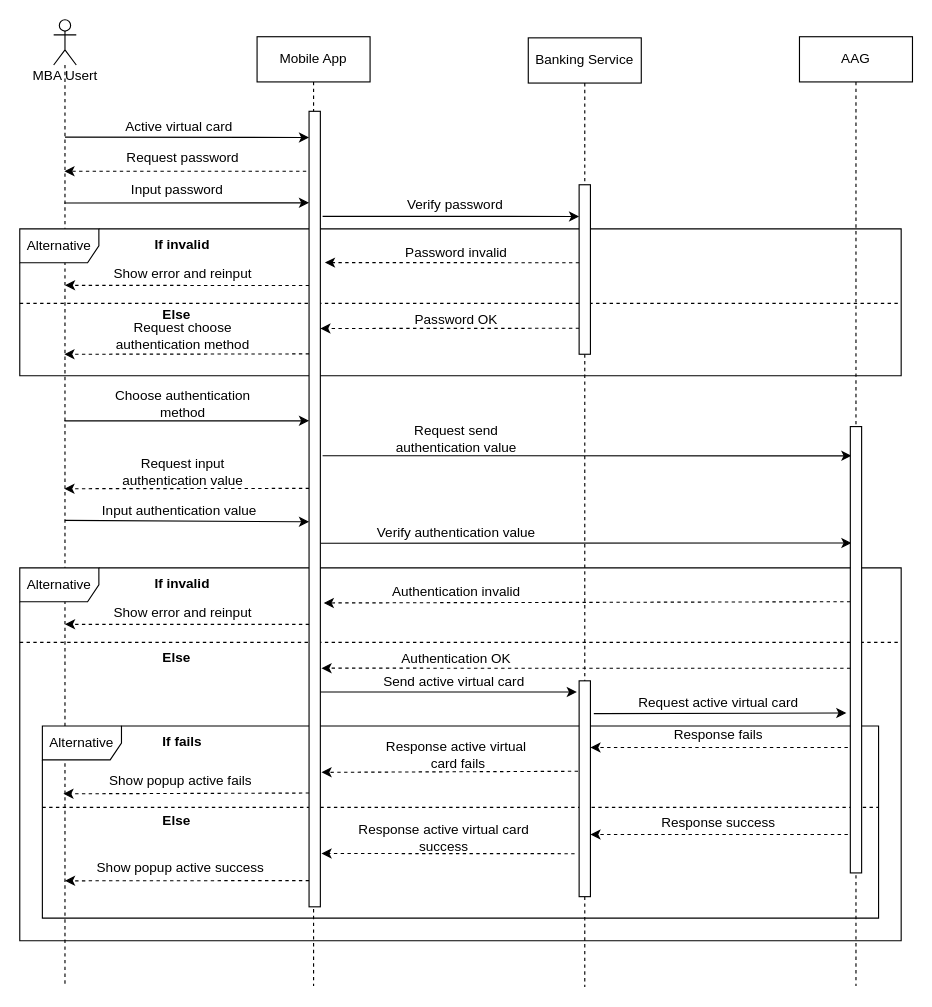
The draw.io diagram page "Active-virtual-card" (5 of 14) of Sequence Diagram.drawio in lyminh1994/diagram, before the edit. Source tidied: cells renumbered, new cells numbered last; positions are measured from the earlier drawing's top-left corner, leaving out a move shared by most shapes. Both pictures are drawn from the tidied source at 113%, with x=0, y=0 at pixel (19, 19).
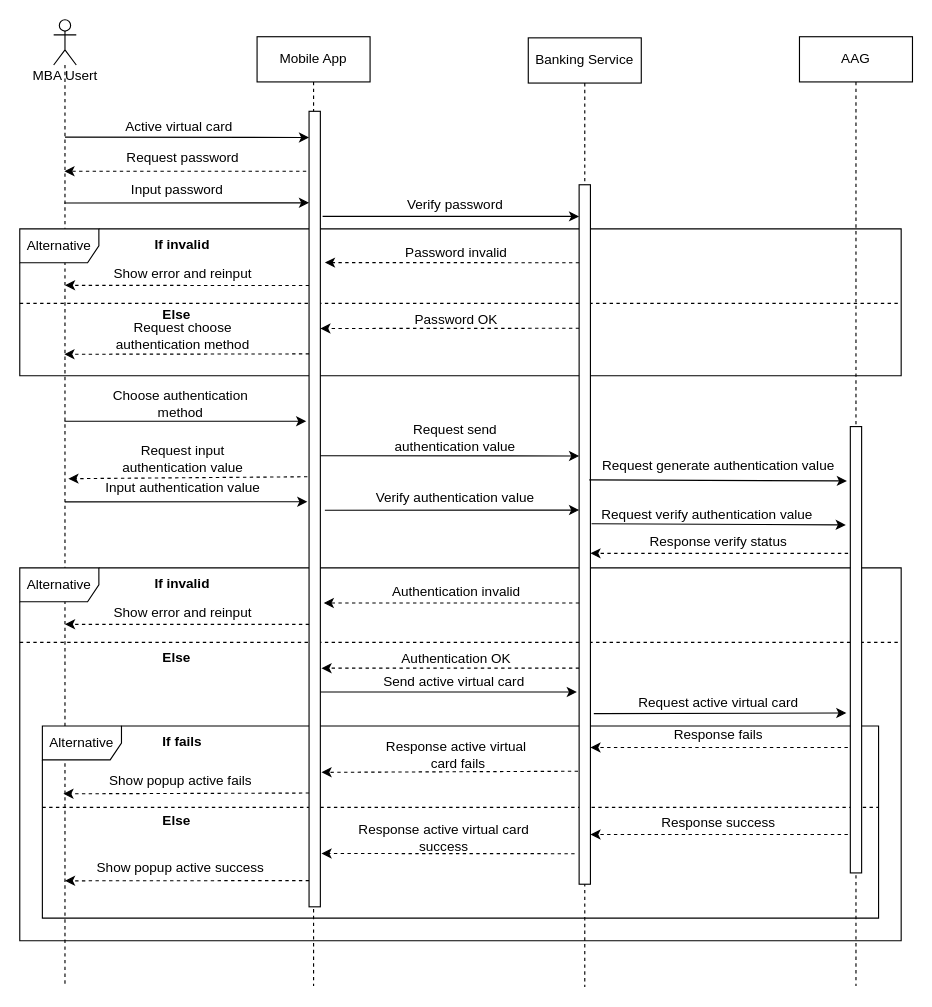
The same diagram, later.

The change refers to these unchanged cells:
```xml
<mxCell id="3" value="MBA Usert" style="shape=umlLifeline;participant=umlActor;perimeter=lifelinePerimeter;html=1;verticalAlign=top;spacingTop=36;outlineConnect=0;strokeColor=#000000;strokeWidth=1;fillColor=none;size=40;" parent="1" vertex="1">
  <mxGeometry x="30" width="20" height="855" as="geometry" />
</mxCell>
<mxCell id="69" style="html=1;points=[];perimeter=orthogonalPerimeter;" parent="1" vertex="1">
  <mxGeometry x="256" y="81" width="10" height="704" as="geometry" />
</mxCell>
```

Diff of the diagram source:
```diff
@@
-    <mxCell id="2" style="edgeStyle=none;rounded=0;orthogonalLoop=1;jettySize=auto;html=1;entryX=0;entryY=0.389;entryDx=0;entryDy=0;entryPerimeter=0;" parent="1" edge="1">
-      <mxGeometry relative="1" as="geometry">
-        <mxPoint x="39.5" y="354.9" as="sourcePoint" />
-        <mxPoint x="256" y="354.9" as="targetPoint" />
-      </mxGeometry>
-    </mxCell>
@@
-    <mxCell id="7" value="Choose authentication &lt;br&gt;method" style="text;html=1;align=center;verticalAlign=middle;strokeColor=none;fontSize=12;" parent="1" vertex="1">
-      <mxGeometry x="79" y="325" width="130" height="30" as="geometry" />
-    </mxCell>
-    <mxCell id="8" style="edgeStyle=none;rounded=0;orthogonalLoop=1;jettySize=auto;html=1;entryX=0.1;entryY=0.638;entryDx=0;entryDy=0;entryPerimeter=0;exitX=1.2;exitY=0.433;exitDx=0;exitDy=0;exitPerimeter=0;" parent="1" edge="1">
-      <mxGeometry relative="1" as="geometry">
-        <mxPoint x="268" y="385.8" as="sourcePoint" />
-        <mxPoint x="736" y="385.9" as="targetPoint" />
-      </mxGeometry>
-    </mxCell>
-    <mxCell id="9" style="edgeStyle=none;rounded=0;orthogonalLoop=1;jettySize=auto;html=1;dashed=1;exitX=0;exitY=0.474;exitDx=0;exitDy=0;exitPerimeter=0;" parent="1" edge="1">
-      <mxGeometry relative="1" as="geometry">
-        <mxPoint x="256" y="414.7" as="sourcePoint" />
-        <mxPoint x="39.5" y="415" as="targetPoint" />
-      </mxGeometry>
-    </mxCell>
-    <mxCell id="10" style="edgeStyle=none;rounded=0;orthogonalLoop=1;jettySize=auto;html=1;entryX=0.1;entryY=0.769;entryDx=0;entryDy=0;entryPerimeter=0;exitX=1;exitY=0.543;exitDx=0;exitDy=0;exitPerimeter=0;" parent="1" edge="1">
-      <mxGeometry relative="1" as="geometry">
-        <mxPoint x="266" y="463.3" as="sourcePoint" />
-        <mxPoint x="736" y="463" as="targetPoint" />
-      </mxGeometry>
-    </mxCell>
-    <mxCell id="11" value="Request send &lt;br&gt;authentication value" style="text;html=1;align=center;verticalAlign=middle;strokeColor=none;fontSize=12;" parent="1" vertex="1">
-      <mxGeometry x="326" y="356" width="120" height="30" as="geometry" />
-    </mxCell>
-    <mxCell id="12" value="Request input&lt;br&gt;authentication value" style="text;html=1;align=center;verticalAlign=middle;strokeColor=none;fontSize=12;" parent="1" vertex="1">
-      <mxGeometry x="84" y="385" width="120" height="30" as="geometry" />
-    </mxCell>
-    <mxCell id="13" value="Verify authentication value" style="text;html=1;align=center;verticalAlign=middle;strokeColor=none;fontSize=12;" parent="1" vertex="1">
-      <mxGeometry x="306" y="444" width="160" height="20" as="geometry" />
-    </mxCell>
@@
-    <mxCell id="19" style="edgeStyle=none;rounded=0;orthogonalLoop=1;jettySize=auto;html=1;entryX=1.3;entryY=0.618;entryDx=0;entryDy=0;entryPerimeter=0;fontSize=12;dashed=1;exitX=0;exitY=0.352;exitDx=0;exitDy=0;exitPerimeter=0;" parent="1" edge="1">
+    <mxCell id="19" style="edgeStyle=none;rounded=0;jettySize=auto;html=1;entryX=1.3;entryY=0.618;entryDx=0;entryDy=0;entryPerimeter=0;fontSize=12;dashed=1;exitX=0;exitY=0.598;exitDx=0;exitDy=0;exitPerimeter=0;" parent="1" edge="1" source="70">
       <mxGeometry relative="1" as="geometry">
-        <mxPoint x="735" y="515" as="sourcePoint" />
         <mxPoint x="269" y="516.1" as="targetPoint" />
       </mxGeometry>
     </mxCell>
-    <mxCell id="20" style="edgeStyle=none;rounded=0;orthogonalLoop=1;jettySize=auto;html=1;entryX=1.1;entryY=0.7;entryDx=0;entryDy=0;entryPerimeter=0;dashed=1;fontSize=12;exitX=0;exitY=0.518;exitDx=0;exitDy=0;exitPerimeter=0;" parent="1" edge="1">
+    <mxCell id="20" style="edgeStyle=none;rounded=0;jettySize=auto;html=1;entryX=1.1;entryY=0.7;entryDx=0;entryDy=0;entryPerimeter=0;dashed=1;fontSize=12;exitX=0;exitY=0.691;exitDx=0;exitDy=0;exitPerimeter=0;" parent="1" edge="1" source="70">
       <mxGeometry relative="1" as="geometry">
-        <mxPoint x="735" y="573.9" as="sourcePoint" />
         <mxPoint x="267" y="573.8" as="targetPoint" />
       </mxGeometry>
     </mxCell>
@@
-    <mxCell id="30" style="edgeStyle=none;rounded=0;jettySize=auto;html=1;entryX=1;entryY=0.309;entryDx=0;entryDy=0;entryPerimeter=0;fontSize=12;dashed=1;" parent="1" edge="1" target="44">
+    <mxCell id="30" style="edgeStyle=none;rounded=0;orthogonalLoop=1;jettySize=auto;html=1;entryX=1;entryY=0.309;entryDx=0;entryDy=0;entryPerimeter=0;fontSize=12;dashed=1;" parent="1" edge="1">
       <mxGeometry relative="1" as="geometry">
         <mxPoint x="732.8" y="644" as="sourcePoint" />
+        <mxPoint x="505" y="644" as="targetPoint" />
       </mxGeometry>
     </mxCell>
-    <mxCell id="31" style="edgeStyle=none;rounded=0;jettySize=auto;html=1;entryX=1.1;entryY=0.831;entryDx=0;entryDy=0;entryPerimeter=0;fontSize=12;dashed=1;exitX=-0.1;exitY=0.419;exitDx=0;exitDy=0;exitPerimeter=0;" parent="1" edge="1" source="44">
+    <mxCell id="31" style="edgeStyle=none;rounded=0;orthogonalLoop=1;jettySize=auto;html=1;entryX=1.1;entryY=0.831;entryDx=0;entryDy=0;entryPerimeter=0;fontSize=12;dashed=1;exitX=-0.1;exitY=0.419;exitDx=0;exitDy=0;exitPerimeter=0;" parent="1" edge="1">
       <mxGeometry relative="1" as="geometry">
+        <mxPoint x="494" y="665" as="sourcePoint" />
         <mxPoint x="267" y="666" as="targetPoint" />
       </mxGeometry>
     </mxCell>
-    <mxCell id="32" style="edgeStyle=none;rounded=0;jettySize=auto;html=1;entryX=-0.125;entryY=0.243;entryDx=0;entryDy=0;entryPerimeter=0;fontSize=12;exitX=1.3;exitY=0.152;exitDx=0;exitDy=0;exitPerimeter=0;" parent="1" edge="1" source="44">
+    <mxCell id="32" style="edgeStyle=none;rounded=0;orthogonalLoop=1;jettySize=auto;html=1;entryX=-0.125;entryY=0.243;entryDx=0;entryDy=0;entryPerimeter=0;fontSize=12;exitX=1.3;exitY=0.152;exitDx=0;exitDy=0;exitPerimeter=0;" parent="1" edge="1">
       <mxGeometry relative="1" as="geometry">
+        <mxPoint x="508" y="614" as="sourcePoint" />
         <mxPoint x="731.5" y="613.5" as="targetPoint" />
       </mxGeometry>
     </mxCell>
-    <mxCell id="33" style="edgeStyle=none;rounded=0;jettySize=auto;html=1;entryX=-0.2;entryY=0.052;entryDx=0;entryDy=0;entryPerimeter=0;fontSize=12;exitX=0.9;exitY=0.73;exitDx=0;exitDy=0;exitPerimeter=0;" parent="1" edge="1" target="44">
+    <mxCell id="33" style="edgeStyle=none;rounded=0;orthogonalLoop=1;jettySize=auto;html=1;entryX=-0.2;entryY=0.052;entryDx=0;entryDy=0;entryPerimeter=0;fontSize=12;exitX=0.9;exitY=0.73;exitDx=0;exitDy=0;exitPerimeter=0;" parent="1" edge="1">
       <mxGeometry relative="1" as="geometry">
         <mxPoint x="265" y="594.9" as="sourcePoint" />
+        <mxPoint x="493" y="594.9" as="targetPoint" />
       </mxGeometry>
     </mxCell>
@@
-    <mxCell id="39" style="edgeStyle=none;rounded=0;jettySize=auto;html=1;entryX=1;entryY=0.712;entryDx=0;entryDy=0;entryPerimeter=0;fontSize=12;dashed=1;" parent="1" edge="1" target="44">
+    <mxCell id="39" style="edgeStyle=none;rounded=0;orthogonalLoop=1;jettySize=auto;html=1;entryX=1;entryY=0.712;entryDx=0;entryDy=0;entryPerimeter=0;fontSize=12;dashed=1;" parent="1" edge="1">
       <mxGeometry relative="1" as="geometry">
         <mxPoint x="732.8" y="721" as="sourcePoint" />
+        <mxPoint x="505" y="721" as="targetPoint" />
       </mxGeometry>
     </mxCell>
-    <mxCell id="40" style="edgeStyle=none;rounded=0;jettySize=auto;html=1;entryX=1.1;entryY=0.933;entryDx=0;entryDy=0;entryPerimeter=0;fontSize=12;dashed=1;exitX=-0.4;exitY=0.801;exitDx=0;exitDy=0;exitPerimeter=0;" parent="1" edge="1" source="44">
+    <mxCell id="40" style="edgeStyle=none;rounded=0;orthogonalLoop=1;jettySize=auto;html=1;entryX=1.1;entryY=0.933;entryDx=0;entryDy=0;entryPerimeter=0;fontSize=12;dashed=1;exitX=-0.4;exitY=0.801;exitDx=0;exitDy=0;exitPerimeter=0;" parent="1" edge="1">
       <mxGeometry relative="1" as="geometry">
+        <mxPoint x="491" y="738" as="sourcePoint" />
         <mxPoint x="267" y="737.8" as="targetPoint" />
       </mxGeometry>
     </mxCell>
@@
-    <mxCell id="44" style="html=1;points=[];perimeter=orthogonalPerimeter;" parent="1" vertex="1">
-      <mxGeometry x="495" y="585" width="10" height="191" as="geometry" />
-    </mxCell>
@@
-    <mxCell id="46" value="Input authentication value" style="text;html=1;align=center;verticalAlign=middle;strokeColor=none;fontSize=12;" parent="1" vertex="1">
-      <mxGeometry x="66" y="425" width="150" height="20" as="geometry" />
-    </mxCell>
-    <mxCell id="47" style="edgeStyle=none;rounded=0;orthogonalLoop=1;jettySize=auto;html=1;entryX=0;entryY=0.516;entryDx=0;entryDy=0;entryPerimeter=0;" parent="1" edge="1">
-      <mxGeometry relative="1" as="geometry">
-        <mxPoint x="39.8" y="443" as="sourcePoint" />
-        <mxPoint x="256" y="444.3" as="targetPoint" />
-      </mxGeometry>
-    </mxCell>
@@
-    <mxCell id="60" style="edgeStyle=none;rounded=0;jettySize=auto;html=1;entryX=1.2;entryY=0.385;entryDx=0;entryDy=0;entryPerimeter=0;fontSize=12;dashed=1;exitX=0;exitY=0.46;exitDx=0;exitDy=0;exitPerimeter=0;" parent="1" edge="1" source="67">
+    <mxCell id="60" style="edgeStyle=none;rounded=0;orthogonalLoop=1;jettySize=auto;html=1;entryX=1.2;entryY=0.385;entryDx=0;entryDy=0;entryPerimeter=0;fontSize=12;dashed=1;exitX=0;exitY=0.46;exitDx=0;exitDy=0;exitPerimeter=0;" parent="1" edge="1">
       <mxGeometry relative="1" as="geometry">
+        <mxPoint x="495" y="215" as="sourcePoint" />
         <mxPoint x="270" y="214.9" as="targetPoint" />
       </mxGeometry>
     </mxCell>
@@
-    <mxCell id="65" style="edgeStyle=none;rounded=0;jettySize=auto;html=1;entryX=0;entryY=0.187;entryDx=0;entryDy=0;entryPerimeter=0;fontSize=12;" parent="1" edge="1" target="67">
+    <mxCell id="65" style="edgeStyle=none;rounded=0;orthogonalLoop=1;jettySize=auto;html=1;entryX=0;entryY=0.187;entryDx=0;entryDy=0;entryPerimeter=0;fontSize=12;" parent="1" edge="1">
       <mxGeometry relative="1" as="geometry">
         <mxPoint x="268" y="174" as="sourcePoint" />
+        <mxPoint x="495" y="174" as="targetPoint" />
       </mxGeometry>
     </mxCell>
@@
-    <mxCell id="67" style="html=1;points=[];perimeter=orthogonalPerimeter;fontSize=12;verticalAlign=middle;" parent="1" vertex="1">
-      <mxGeometry x="495" y="146" width="10" height="150" as="geometry" />
-    </mxCell>
@@
+    <mxCell id="70" style="html=1;points=[];perimeter=orthogonalPerimeter;fontSize=12;verticalAlign=middle;" parent="1" vertex="1">
+      <mxGeometry x="495" y="146" width="10" height="619" as="geometry" />
+    </mxCell>
+    <mxCell id="71" style="edgeStyle=none;rounded=0;jettySize=auto;html=1;entryX=-0.1;entryY=0.344;entryDx=0;entryDy=0;entryPerimeter=0;" parent="1" edge="1" source="3">
+      <mxGeometry relative="1" as="geometry">
+        <mxPoint x="253.5" y="355.3" as="targetPoint" />
+      </mxGeometry>
+    </mxCell>
+    <mxCell id="7" value="Choose authentication &lt;br&gt;method" style="text;html=1;align=center;verticalAlign=middle;strokeColor=none;fontSize=12;" parent="1" vertex="1">
+      <mxGeometry x="76.8" y="325" width="130" height="30" as="geometry" />
+    </mxCell>
+    <mxCell id="72" style="edgeStyle=none;rounded=0;jettySize=auto;html=1;entryX=0;entryY=0.79;entryDx=0;entryDy=0;entryPerimeter=0;exitX=1;exitY=0.433;exitDx=0;exitDy=0;exitPerimeter=0;" parent="1" edge="1" source="69">
+      <mxGeometry relative="1" as="geometry">
+        <mxPoint x="495" y="386" as="targetPoint" />
+      </mxGeometry>
+    </mxCell>
+    <mxCell id="73" style="edgeStyle=none;rounded=0;jettySize=auto;html=1;dashed=1;entryX=0.65;entryY=0.475;entryDx=0;entryDy=0;entryPerimeter=0;" parent="1" edge="1" target="3">
+      <mxGeometry relative="1" as="geometry">
+        <mxPoint x="254.5" y="404.4" as="sourcePoint" />
+      </mxGeometry>
+    </mxCell>
+    <mxCell id="74" style="edgeStyle=none;rounded=0;orthogonalLoop=1;jettySize=auto;html=1;entryX=0;entryY=0.721;entryDx=0;entryDy=0;entryPerimeter=0;" parent="1" edge="1">
+      <mxGeometry relative="1" as="geometry">
+        <mxPoint x="270" y="434" as="sourcePoint" />
+        <mxPoint x="495" y="433.9" as="targetPoint" />
+      </mxGeometry>
+    </mxCell>
+    <mxCell id="11" value="Request send &lt;br&gt;authentication value" style="text;html=1;align=center;verticalAlign=middle;strokeColor=none;fontSize=12;" parent="1" vertex="1">
+      <mxGeometry x="325" y="355" width="120" height="30" as="geometry" />
+    </mxCell>
+    <mxCell id="12" value="Request input&lt;br&gt;authentication value" style="text;html=1;align=center;verticalAlign=middle;strokeColor=none;fontSize=12;" parent="1" vertex="1">
+      <mxGeometry x="84" y="374.4" width="120" height="30" as="geometry" />
+    </mxCell>
+    <mxCell id="13" value="Verify authentication value" style="text;html=1;align=center;verticalAlign=middle;strokeColor=none;fontSize=12;" parent="1" vertex="1">
+      <mxGeometry x="305" y="413" width="160" height="20" as="geometry" />
+    </mxCell>
+    <mxCell id="75" style="edgeStyle=none;rounded=0;jettySize=auto;html=1;dashed=1;" parent="1" edge="1" target="70">
+      <mxGeometry relative="1" as="geometry">
+        <mxPoint x="733" y="472.2" as="sourcePoint" />
+      </mxGeometry>
+    </mxCell>
+    <mxCell id="76" style="edgeStyle=none;rounded=0;jettySize=auto;html=1;entryX=-0.2;entryY=0.209;entryDx=0;entryDy=0;entryPerimeter=0;fontSize=12;exitX=0.5;exitY=0.499;exitDx=0;exitDy=0;exitPerimeter=0;" parent="1" edge="1" source="3">
+      <mxGeometry relative="1" as="geometry">
+        <mxPoint x="254.5" y="426.5" as="targetPoint" />
+      </mxGeometry>
+    </mxCell>
+    <mxCell id="46" value="Input authentication value" style="text;html=1;align=center;verticalAlign=middle;strokeColor=none;fontSize=12;" parent="1" vertex="1">
+      <mxGeometry x="69" y="404.4" width="150" height="20" as="geometry" />
+    </mxCell>
+    <mxCell id="77" style="rounded=0;jettySize=auto;html=1;entryX=-0.1;entryY=0.021;entryDx=0;entryDy=0;entryPerimeter=0;exitX=0.9;exitY=0.422;exitDx=0;exitDy=0;exitPerimeter=0;" parent="1" edge="1" source="70">
+      <mxGeometry relative="1" as="geometry">
+        <mxPoint x="732" y="408.1" as="targetPoint" />
+      </mxGeometry>
+    </mxCell>
+    <mxCell id="78" style="edgeStyle=none;rounded=0;jettySize=auto;html=1;entryX=-0.2;entryY=0.252;entryDx=0;entryDy=0;entryPerimeter=0;exitX=-0.009;exitY=0.925;exitDx=0;exitDy=0;exitPerimeter=0;" parent="1" edge="1" source="80">
+      <mxGeometry relative="1" as="geometry">
+        <mxPoint x="731" y="447" as="targetPoint" />
+      </mxGeometry>
+    </mxCell>
+    <mxCell id="79" value="Request generate authentication value" style="text;html=1;align=center;verticalAlign=middle;strokeColor=none;fontSize=12;" parent="1" vertex="1">
+      <mxGeometry x="507.8" y="385" width="220" height="20" as="geometry" />
+    </mxCell>
+    <mxCell id="80" value="Request verify authentication value" style="text;html=1;align=center;verticalAlign=middle;points=[];strokeColor=none;fontSize=12;" parent="1" vertex="1">
+      <mxGeometry x="507.8" y="427.5" width="200" height="20" as="geometry" />
+    </mxCell>
+    <mxCell id="81" value="Response verify status" style="text;html=1;align=center;verticalAlign=middle;strokeColor=none;fontSize=12;" parent="1" vertex="1">
+      <mxGeometry x="547.8" y="452" width="140" height="20" as="geometry" />
+    </mxCell>
```
